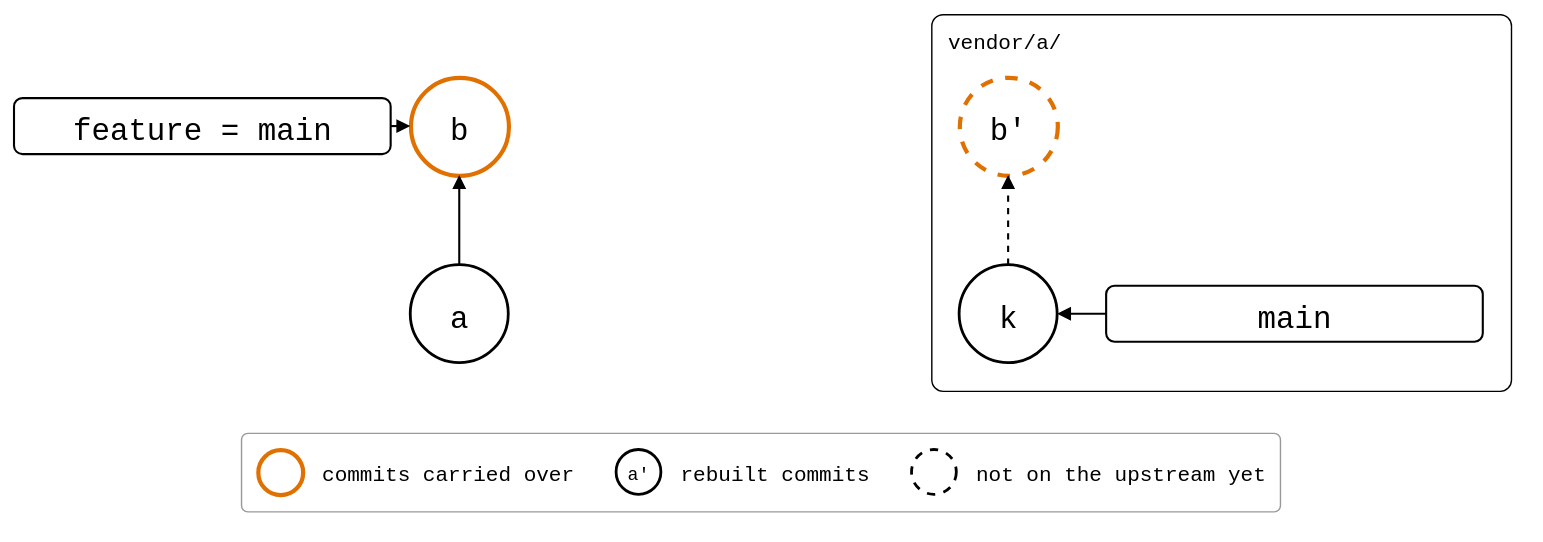
This is test/scenarios/03-branches-and-teamwork/02-feature-branch-from-main/feature-branch-from-main.drawio.svg from roschaefer/git-splice, a draw.io export, as it was before one commit. Source tidied: cells renumbered, new cells last; positions are measured from the earlier drawing's top-left corner, leaving out a move shared by most shapes.
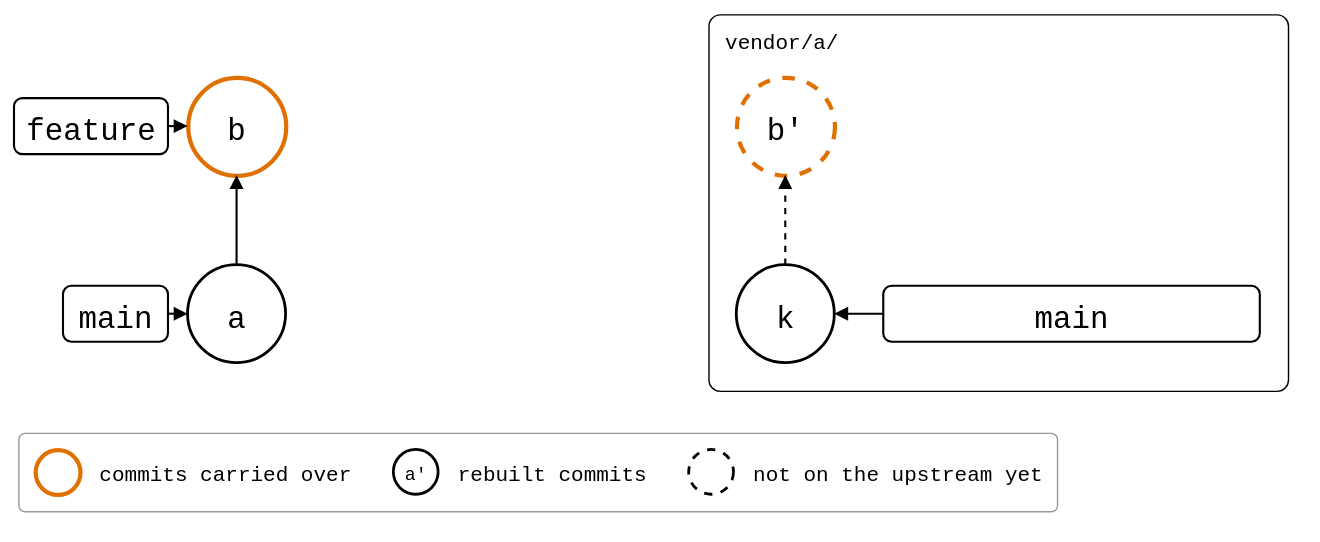
The same file after the commit.

Commit message:
docs(workflows): keep main at feature branch point

Diff of the diagram source:
```diff
@@ -17,12 +17,18 @@
     <mxCell id="6" value="b'" style="ellipse;fontSize=22;fontFamily=Roboto Mono,monospace;dashed=1;strokeColor=#E07000;strokeWidth=3;" parent="1" vertex="1">
       <mxGeometry x="675" y="45" width="70" height="70" as="geometry" />
     </mxCell>
-    <mxCell id="7" value="feature = main" style="rounded=1;strokeWidth=1.5;fontSize=22;fontFamily=Roboto Mono,monospace;" parent="1" vertex="1">
-      <mxGeometry y="60" width="269" height="40" as="geometry" />
+    <mxCell id="7" value="feature" style="rounded=1;strokeWidth=1.5;fontSize=22;fontFamily=Roboto Mono,monospace;" parent="1" vertex="1">
+      <mxGeometry x="159" y="60" width="110" height="40" as="geometry" />
     </mxCell>
     <mxCell id="8" style="endArrow=block;endFill=1;html=1;strokeWidth=1.5;rounded=0;" parent="1" edge="1" source="7" target="4">
       <mxGeometry relative="1" as="geometry" />
     </mxCell>
+    <mxCell id="20" value="main" style="rounded=1;strokeWidth=1.5;fontSize=22;fontFamily=Roboto Mono,monospace;" parent="1" vertex="1">
+      <mxGeometry x="194" y="194" width="75" height="40" as="geometry" />
+    </mxCell>
+    <mxCell id="21" style="endArrow=block;endFill=1;html=1;strokeWidth=1.5;rounded=0;" parent="1" edge="1" source="20" target="3">
+      <mxGeometry relative="1" as="geometry" />
+    </mxCell>
     <mxCell id="9" value="main" style="rounded=1;strokeWidth=1.5;fontSize=22;fontFamily=Roboto Mono,monospace;" parent="1" vertex="1">
       <mxGeometry x="780" y="194" width="269" height="40" as="geometry" />
     </mxCell>
```
